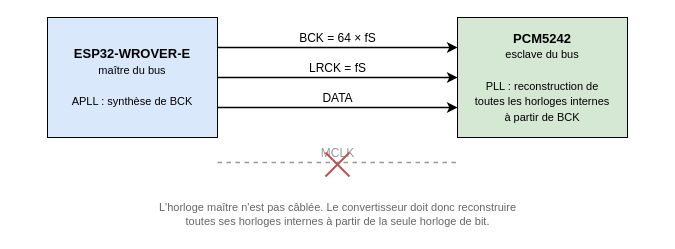
dossantosyann/TB2026-YDS-Report keeps this draw.io diagram as assets/figures/Lien_I2S.drawio. Above is the earlier version. Source tidied: cells renumbered, new cells numbered last; positions are measured from the earlier drawing's top-left corner, leaving out a move shared by most shapes. Both pictures are drawn from the tidied source at 100%, with x=0, y=0 at pixel (47, 17).
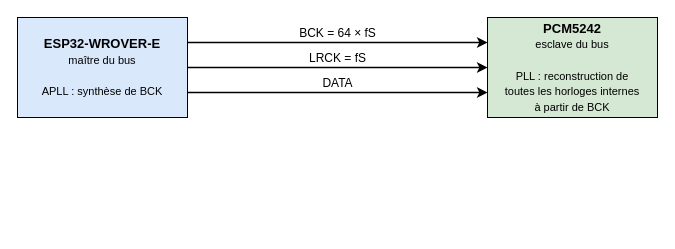
The same page after the edit.

Commit message:
Mettre à jour Lien_I2S.drawio

Change to the diagram source:
```diff
@@
 <mxGraphModel>
   <root>
     <mxCell id="0" />
     <mxCell id="1" parent="0" />
     <mxCell id="2" value="&lt;b&gt;ESP32-WROVER-E&lt;/b&gt;&lt;br&gt;&lt;font style=&quot;font-size: 11px;&quot;&gt;maître du bus&lt;br&gt;&lt;br&gt;APLL : synthèse de BCK&lt;/font&gt;" style="rounded=0;whiteSpace=wrap;html=1;fillColor=#DAE8FC;strokeColor=#000000;fontSize=13;fontFamily=Helvetica;verticalAlign=middle;" parent="1" vertex="1">
-      <mxGeometry width="170" height="120" as="geometry" />
+      <mxGeometry x="-30" width="170" height="100" as="geometry" />
     </mxCell>
     <mxCell id="3" value="&lt;b&gt;PCM5242&lt;/b&gt;&lt;br&gt;&lt;font style=&quot;font-size: 11px;&quot;&gt;esclave du bus&lt;br&gt;&lt;br&gt;PLL : reconstruction de&lt;br&gt;toutes les horloges internes&lt;br&gt;à partir de BCK&lt;/font&gt;" style="rounded=0;whiteSpace=wrap;html=1;fillColor=#D5E8D4;strokeColor=#000000;fontSize=13;fontFamily=Helvetica;verticalAlign=middle;" parent="1" vertex="1">
-      <mxGeometry x="410" width="170" height="120" as="geometry" />
+      <mxGeometry x="440" width="170" height="100" as="geometry" />
     </mxCell>
     <mxCell id="4" value="BCK = 64 × fS" style="endArrow=classic;html=1;strokeWidth=1.5;strokeColor=#000000;fontSize=12;fontFamily=Helvetica;verticalAlign=bottom;labelBackgroundColor=none;exitX=1;exitY=0.25;entryX=0;entryY=0.25;" parent="1" edge="1" source="2" target="3">
       <mxGeometry relative="1" as="geometry" />
     </mxCell>
     <mxCell id="5" value="LRCK = fS" style="endArrow=classic;html=1;strokeWidth=1.5;strokeColor=#000000;fontSize=12;fontFamily=Helvetica;verticalAlign=bottom;labelBackgroundColor=none;exitX=1;exitY=0.5;entryX=0;entryY=0.5;" parent="1" edge="1" source="2" target="3">
       <mxGeometry relative="1" as="geometry" />
     </mxCell>
     <mxCell id="6" value="DATA" style="endArrow=classic;html=1;strokeWidth=1.5;strokeColor=#000000;fontSize=12;fontFamily=Helvetica;verticalAlign=bottom;labelBackgroundColor=none;exitX=1;exitY=0.75;entryX=0;entryY=0.75;" parent="1" edge="1" source="2" target="3">
       <mxGeometry relative="1" as="geometry" />
     </mxCell>
-    <mxCell id="7" value="MCLK" style="endArrow=none;dashed=1;html=1;strokeWidth=1.5;strokeColor=#999999;fontColor=#999999;fontSize=12;fontFamily=Helvetica;verticalAlign=bottom;labelBackgroundColor=none;" parent="1" edge="1">
-      <mxGeometry relative="1" as="geometry">
-        <mxPoint x="170" y="145" as="sourcePoint" />
-        <mxPoint x="410" y="145" as="targetPoint" />
-      </mxGeometry>
-    </mxCell>
-    <mxCell id="8" style="endArrow=none;html=1;strokeWidth=2;strokeColor=#B85450;" parent="1" edge="1">
-      <mxGeometry relative="1" as="geometry">
-        <mxPoint x="278" y="135" as="sourcePoint" />
-        <mxPoint x="302" y="159" as="targetPoint" />
-      </mxGeometry>
-    </mxCell>
-    <mxCell id="9" style="endArrow=none;html=1;strokeWidth=2;strokeColor=#B85450;" parent="1" edge="1">
-      <mxGeometry relative="1" as="geometry">
-        <mxPoint x="302" y="135" as="sourcePoint" />
-        <mxPoint x="278" y="159" as="targetPoint" />
-      </mxGeometry>
-    </mxCell>
-    <mxCell id="10" value="L'horloge maître n'est pas câblée. Le convertisseur doit donc reconstruire&lt;br&gt;toutes ses horloges internes à partir de la seule horloge de bit." style="text;html=1;align=center;verticalAlign=middle;fontSize=11;fontFamily=Helvetica;fontColor=#666666;" parent="1" vertex="1">
-      <mxGeometry x="40" y="180" width="500" height="34" as="geometry" />
-    </mxCell>
   </root>
 </mxGraphModel>
```
